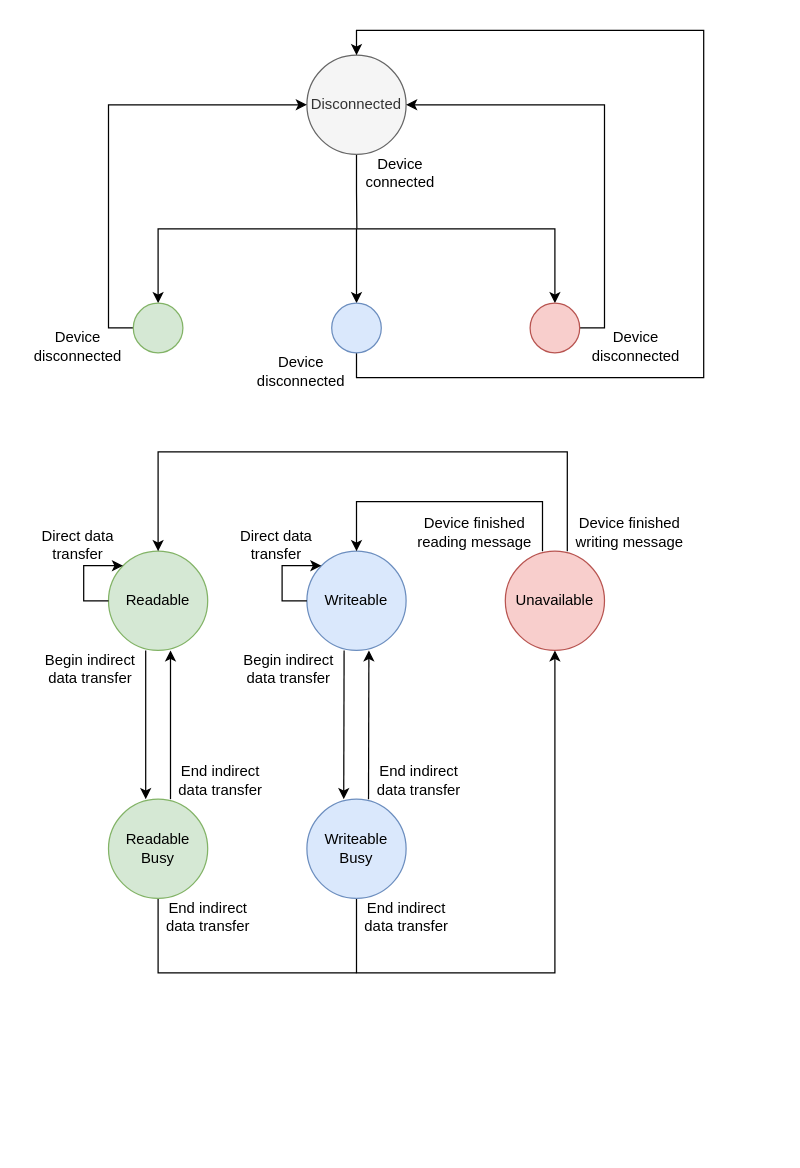
Before: Device port state diagram.drawio in noodlecollie/v2mp, a draw.io diagram. Source tidied: cells renumbered, new cells numbered last; positions are measured from the earlier drawing's top-left corner, leaving out a move shared by most shapes. Both pictures are drawn from the tidied source at 124%, with x=0, y=0 at pixel (21, 30).
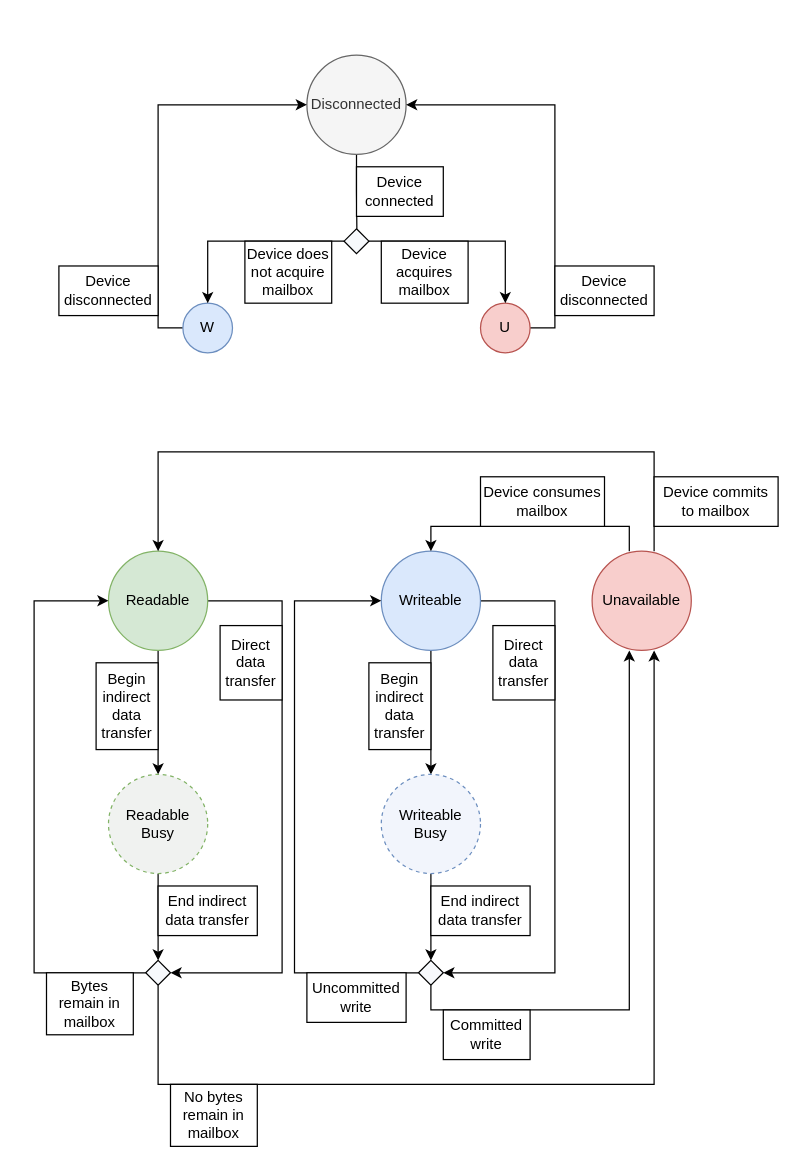
The same diagram, later.

Commit message:
Updated device port state diagram

The change refers to these unchanged cells:
```xml
<mxCell id="2" value="Readable" style="ellipse;whiteSpace=wrap;html=1;fillColor=#d5e8d4;strokeColor=#82b366;" parent="1" vertex="1">
  <mxGeometry x="70" y="420" width="80" height="80" as="geometry" />
</mxCell>
<mxCell id="28" value="Disconnected" style="ellipse;whiteSpace=wrap;html=1;fillColor=#f5f5f5;fontColor=#333333;strokeColor=#666666;" parent="1" vertex="1">
  <mxGeometry x="230" y="20" width="80" height="80" as="geometry" />
</mxCell>
```

Change to the diagram source:
```diff
@@
+    <mxCell id="42" style="edgeStyle=orthogonalEdgeStyle;rounded=0;jettySize=auto;html=1;exitX=0.5;exitY=1;exitDx=0;exitDy=0;entryX=0.5;entryY=0;entryDx=0;entryDy=0;endArrow=classic;endFill=1;" parent="1" edge="1" source="2" target="7">
+      <mxGeometry relative="1" as="geometry" />
+    </mxCell>
+    <mxCell id="43" style="edgeStyle=orthogonalEdgeStyle;rounded=0;jettySize=auto;html=1;exitX=1;exitY=0.5;exitDx=0;exitDy=0;entryX=1;entryY=0.5;entryDx=0;entryDy=0;endArrow=classic;endFill=1;" parent="1" edge="1" source="2" target="63">
+      <mxGeometry relative="1" as="geometry">
+        <Array as="points">
+          <mxPoint x="210" y="460" />
+          <mxPoint x="210" y="760" />
+        </Array>
+      </mxGeometry>
+    </mxCell>
@@
+    <mxCell id="44" style="edgeStyle=orthogonalEdgeStyle;rounded=0;jettySize=auto;html=1;exitX=0.5;exitY=1;exitDx=0;exitDy=0;entryX=0.5;entryY=0;entryDx=0;entryDy=0;endArrow=classic;endFill=1;" parent="1" edge="1" source="3" target="9">
+      <mxGeometry relative="1" as="geometry" />
+    </mxCell>
+    <mxCell id="45" style="edgeStyle=orthogonalEdgeStyle;rounded=0;jettySize=auto;html=1;exitX=1;exitY=0.5;exitDx=0;exitDy=0;endArrow=classic;endFill=1;entryX=1;entryY=0.5;entryDx=0;entryDy=0;" parent="1" edge="1" source="3" target="60">
+      <mxGeometry relative="1" as="geometry">
+        <Array as="points">
+          <mxPoint x="430" y="460" />
+          <mxPoint x="430" y="760" />
+        </Array>
+      </mxGeometry>
+    </mxCell>
     <mxCell id="3" value="Writeable" style="ellipse;whiteSpace=wrap;html=1;fillColor=#dae8fc;strokeColor=#6c8ebf;" parent="1" vertex="1">
-      <mxGeometry x="230" y="420" width="80" height="80" as="geometry" />
+      <mxGeometry x="290" y="420" width="80" height="80" as="geometry" />
     </mxCell>
     <mxCell id="4" style="edgeStyle=orthogonalEdgeStyle;rounded=0;jettySize=auto;html=1;endArrow=classic;endFill=1;entryX=0.5;entryY=0;entryDx=0;entryDy=0;" parent="1" edge="1" target="2">
       <mxGeometry relative="1" as="geometry">
-        <mxPoint x="440" y="420" as="sourcePoint" />
+        <mxPoint x="510" y="420" as="sourcePoint" />
         <Array as="points">
-          <mxPoint x="440" y="340" />
+          <mxPoint x="510" y="340" />
           <mxPoint x="110" y="340" />
         </Array>
       </mxGeometry>
     </mxCell>
     <mxCell id="5" value="Unavailable" style="ellipse;whiteSpace=wrap;html=1;fillColor=#f8cecc;strokeColor=#b85450;" parent="1" vertex="1">
-      <mxGeometry x="390" y="420" width="80" height="80" as="geometry" />
+      <mxGeometry x="460" y="420" width="80" height="80" as="geometry" />
     </mxCell>
-    <mxCell id="6" style="edgeStyle=orthogonalEdgeStyle;rounded=0;jettySize=auto;html=1;exitX=0.5;exitY=1;exitDx=0;exitDy=0;endArrow=none;endFill=0;" parent="1" edge="1" source="7">
-      <mxGeometry relative="1" as="geometry">
-        <mxPoint x="270" y="760" as="targetPoint" />
-        <Array as="points">
-          <mxPoint x="110" y="760" />
-        </Array>
-      </mxGeometry>
-    </mxCell>
+    <mxCell id="46" style="edgeStyle=orthogonalEdgeStyle;rounded=0;jettySize=auto;html=1;exitX=0.5;exitY=1;exitDx=0;exitDy=0;entryX=0.5;entryY=0;entryDx=0;entryDy=0;endArrow=classic;endFill=1;" parent="1" edge="1" source="7" target="63">
+      <mxGeometry relative="1" as="geometry" />
+    </mxCell>
-    <mxCell id="7" value="Readable Busy" style="ellipse;whiteSpace=wrap;html=1;fillColor=#d5e8d4;strokeColor=#82b366;" parent="1" vertex="1">
-      <mxGeometry x="70" y="620" width="80" height="80" as="geometry" />
+    <mxCell id="7" value="Readable Busy" style="ellipse;whiteSpace=wrap;html=1;dashed=1;fillColor=#F0F2F0;strokeColor=#82b366;" parent="1" vertex="1">
+      <mxGeometry x="70" y="600" width="80" height="80" as="geometry" />
     </mxCell>
-    <mxCell id="8" style="edgeStyle=orthogonalEdgeStyle;rounded=0;jettySize=auto;html=1;exitX=0.5;exitY=1;exitDx=0;exitDy=0;entryX=0.5;entryY=1;entryDx=0;entryDy=0;" parent="1" edge="1" source="9" target="5">
-      <mxGeometry relative="1" as="geometry">
-        <Array as="points">
-          <mxPoint x="270" y="760" />
-          <mxPoint x="430" y="760" />
-        </Array>
-      </mxGeometry>
-    </mxCell>
+    <mxCell id="47" style="edgeStyle=orthogonalEdgeStyle;rounded=0;jettySize=auto;html=1;exitX=0.5;exitY=1;exitDx=0;exitDy=0;entryX=0.5;entryY=0;entryDx=0;entryDy=0;endArrow=classic;endFill=1;" parent="1" edge="1" source="9" target="60">
+      <mxGeometry relative="1" as="geometry" />
+    </mxCell>
-    <mxCell id="9" value="Writeable Busy" style="ellipse;whiteSpace=wrap;html=1;fillColor=#dae8fc;strokeColor=#6c8ebf;" parent="1" vertex="1">
-      <mxGeometry x="230" y="620" width="80" height="80" as="geometry" />
+    <mxCell id="9" value="Writeable Busy" style="ellipse;whiteSpace=wrap;html=1;dashed=1;fillColor=#F2F5FC;strokeColor=#6c8ebf;" parent="1" vertex="1">
+      <mxGeometry x="290" y="600" width="80" height="80" as="geometry" />
     </mxCell>
-    <mxCell id="10" style="edgeStyle=orthogonalEdgeStyle;rounded=0;orthogonalLoop=1;jettySize=auto;html=1;exitX=0;exitY=0.5;exitDx=0;exitDy=0;entryX=0;entryY=0;entryDx=0;entryDy=0;endArrow=classic;endFill=1;" parent="1" edge="1" source="2" target="2">
-      <mxGeometry relative="1" as="geometry">
-        <Array as="points">
-          <mxPoint x="50" y="460" />
-          <mxPoint x="50" y="432" />
-        </Array>
-      </mxGeometry>
-    </mxCell>
-    <mxCell id="11" style="edgeStyle=orthogonalEdgeStyle;rounded=0;orthogonalLoop=1;jettySize=auto;html=1;exitX=0;exitY=0.5;exitDx=0;exitDy=0;entryX=0;entryY=0;entryDx=0;entryDy=0;endArrow=classic;endFill=1;" parent="1" edge="1" source="3" target="3">
-      <mxGeometry relative="1" as="geometry">
-        <Array as="points">
-          <mxPoint x="210" y="460" />
-          <mxPoint x="210" y="432" />
-        </Array>
-      </mxGeometry>
-    </mxCell>
-    <mxCell id="12" style="endArrow=classic;html=1;rounded=0;" parent="1" edge="1">
-      <mxGeometry relative="1" as="geometry">
-        <mxPoint x="100" y="500" as="sourcePoint" />
-        <mxPoint x="100" y="620" as="targetPoint" />
-      </mxGeometry>
-    </mxCell>
-    <mxCell id="13" style="endArrow=classic;html=1;rounded=0;" parent="1" edge="1">
-      <mxGeometry relative="1" as="geometry">
-        <mxPoint x="120" y="620" as="sourcePoint" />
-        <mxPoint x="120" y="500" as="targetPoint" />
-      </mxGeometry>
-    </mxCell>
-    <mxCell id="14" style="endArrow=classic;html=1;rounded=0;" parent="1" edge="1">
-      <mxGeometry relative="1" as="geometry">
-        <mxPoint x="260" y="500" as="sourcePoint" />
-        <mxPoint x="259.7" y="620" as="targetPoint" />
-      </mxGeometry>
-    </mxCell>
-    <mxCell id="15" style="endArrow=classic;html=1;rounded=0;" parent="1" edge="1">
-      <mxGeometry relative="1" as="geometry">
-        <mxPoint x="279.7" y="620" as="sourcePoint" />
-        <mxPoint x="280" y="500" as="targetPoint" />
-      </mxGeometry>
-    </mxCell>
-    <mxCell id="16" value="&lt;div&gt;Begin indirect&lt;/div&gt;&lt;div&gt;data transfer&lt;br&gt;&lt;/div&gt;" style="text;html=1;align=center;verticalAlign=middle;strokeColor=none;fillColor=none;" parent="1" vertex="1">
-      <mxGeometry x="10" y="500" width="90" height="30" as="geometry" />
-    </mxCell>
-    <mxCell id="17" value="&lt;div&gt;Begin indirect&lt;/div&gt;&lt;div&gt;data transfer&lt;br&gt;&lt;/div&gt;" style="text;html=1;align=center;verticalAlign=middle;strokeColor=none;fillColor=none;" parent="1" vertex="1">
-      <mxGeometry x="170" y="500" width="90" height="30" as="geometry" />
-    </mxCell>
-    <mxCell id="18" value="&lt;div&gt;End indirect&lt;/div&gt;&lt;div&gt;data transfer&lt;br&gt;&lt;/div&gt;" style="text;html=1;align=center;verticalAlign=middle;strokeColor=none;fillColor=none;" parent="1" vertex="1">
-      <mxGeometry x="120" y="590" width="80" height="30" as="geometry" />
-    </mxCell>
-    <mxCell id="19" value="&lt;div&gt;End indirect&lt;/div&gt;&lt;div&gt;data transfer&lt;br&gt;&lt;/div&gt;" style="text;html=1;align=center;verticalAlign=middle;strokeColor=none;fillColor=none;" parent="1" vertex="1">
-      <mxGeometry x="280" y="590" width="80" height="30" as="geometry" />
-    </mxCell>
-    <mxCell id="20" value="&lt;div&gt;End indirect&lt;/div&gt;&lt;div&gt;data transfer&lt;br&gt;&lt;/div&gt;" style="text;html=1;align=center;verticalAlign=middle;strokeColor=none;fillColor=none;" parent="1" vertex="1">
-      <mxGeometry x="110" y="700" width="80" height="30" as="geometry" />
-    </mxCell>
-    <mxCell id="21" value="&lt;div&gt;End indirect&lt;/div&gt;&lt;div&gt;data transfer&lt;br&gt;&lt;/div&gt;" style="text;html=1;align=center;verticalAlign=middle;strokeColor=none;fillColor=none;" parent="1" vertex="1">
-      <mxGeometry x="270" y="700" width="80" height="30" as="geometry" />
-    </mxCell>
-    <mxCell id="22" value="&lt;div&gt;Direct data&lt;/div&gt;&lt;div&gt;transfer&lt;br&gt;&lt;/div&gt;" style="text;html=1;align=center;verticalAlign=middle;strokeColor=none;fillColor=none;" parent="1" vertex="1">
-      <mxGeometry x="10" y="400" width="70" height="30" as="geometry" />
-    </mxCell>
-    <mxCell id="23" value="&lt;div&gt;Direct data&lt;/div&gt;&lt;div&gt;transfer&lt;br&gt;&lt;/div&gt;" style="text;html=1;align=center;verticalAlign=middle;strokeColor=none;fillColor=none;" parent="1" vertex="1">
-      <mxGeometry x="170" y="400" width="70" height="30" as="geometry" />
-    </mxCell>
-    <mxCell id="24" style="endArrow=classic;html=1;rounded=0;entryX=0.5;entryY=0;entryDx=0;entryDy=0;" parent="1" edge="1" target="3">
-      <mxGeometry relative="1" as="geometry">
-        <mxPoint x="420" y="420" as="sourcePoint" />
-        <Array as="points">
-          <mxPoint x="420" y="380" />
-          <mxPoint x="270" y="380" />
-        </Array>
-      </mxGeometry>
-    </mxCell>
-    <mxCell id="25" value="&lt;div&gt;Device finished&lt;/div&gt;&lt;div&gt;reading message&lt;br&gt;&lt;/div&gt;" style="text;html=1;align=center;verticalAlign=middle;strokeColor=none;fillColor=none;" parent="1" vertex="1">
-      <mxGeometry x="310" y="390" width="110" height="30" as="geometry" />
-    </mxCell>
-    <mxCell id="26" value="&lt;div&gt;Device finished&lt;/div&gt;&lt;div&gt;writing message&lt;br&gt;&lt;/div&gt;" style="text;html=1;align=center;verticalAlign=middle;strokeColor=none;fillColor=none;" parent="1" vertex="1">
-      <mxGeometry x="440" y="390" width="100" height="30" as="geometry" />
-    </mxCell>
@@
-    <mxCell id="29" value="&lt;div&gt;Device&lt;/div&gt;&lt;div&gt;connected&lt;br&gt;&lt;/div&gt;" style="text;html=1;align=center;verticalAlign=middle;strokeColor=none;fillColor=none;" parent="1" vertex="1">
-      <mxGeometry x="270" y="100" width="70" height="30" as="geometry" />
-    </mxCell>
-    <mxCell id="30" style="endArrow=classic;html=1;rounded=0;" parent="1" edge="1">
-      <mxGeometry relative="1" as="geometry">
-        <mxPoint x="270" y="160" as="sourcePoint" />
-        <mxPoint x="110" y="220" as="targetPoint" />
-        <Array as="points">
-          <mxPoint x="110" y="160" />
-        </Array>
-      </mxGeometry>
-    </mxCell>
-    <mxCell id="31" style="endArrow=classic;html=1;rounded=0;" parent="1" edge="1">
-      <mxGeometry relative="1" as="geometry">
-        <mxPoint x="270" y="160" as="sourcePoint" />
-        <mxPoint x="430" y="220" as="targetPoint" />
-        <Array as="points">
-          <mxPoint x="430" y="160" />
-        </Array>
-      </mxGeometry>
-    </mxCell>
-    <mxCell id="32" style="endArrow=classic;html=1;rounded=0;" parent="1" edge="1">
-      <mxGeometry relative="1" as="geometry">
-        <mxPoint x="270" y="160" as="sourcePoint" />
-        <mxPoint x="270" y="220" as="targetPoint" />
-      </mxGeometry>
-    </mxCell>
-    <mxCell id="33" style="edgeStyle=orthogonalEdgeStyle;rounded=0;jettySize=auto;html=1;exitX=0;exitY=0.5;exitDx=0;exitDy=0;entryX=0;entryY=0.5;entryDx=0;entryDy=0;endArrow=classic;endFill=1;" parent="1" edge="1" source="34" target="28">
-      <mxGeometry relative="1" as="geometry" />
-    </mxCell>
-    <mxCell id="34" style="ellipse;whiteSpace=wrap;html=1;fillColor=#d5e8d4;strokeColor=#82b366;" parent="1" vertex="1">
-      <mxGeometry x="90" y="220" width="40" height="40" as="geometry" />
-    </mxCell>
-    <mxCell id="35" style="edgeStyle=orthogonalEdgeStyle;rounded=0;jettySize=auto;html=1;exitX=0.5;exitY=1;exitDx=0;exitDy=0;entryX=0.5;entryY=0;entryDx=0;entryDy=0;endArrow=classic;endFill=1;" parent="1" edge="1" source="36" target="28">
-      <mxGeometry relative="1" as="geometry">
-        <Array as="points">
-          <mxPoint x="270" y="280" />
-          <mxPoint x="550" y="280" />
-          <mxPoint x="550" />
-          <mxPoint x="270" />
-        </Array>
-      </mxGeometry>
+    <mxCell id="35" style="edgeStyle=orthogonalEdgeStyle;rounded=0;jettySize=auto;html=1;exitX=0;exitY=0.5;exitDx=0;exitDy=0;entryX=0;entryY=0.5;entryDx=0;entryDy=0;endArrow=classic;endFill=1;" parent="1" edge="1" source="36" target="28">
+      <mxGeometry relative="1" as="geometry" />
     </mxCell>
-    <mxCell id="36" style="ellipse;whiteSpace=wrap;html=1;fillColor=#dae8fc;strokeColor=#6c8ebf;" parent="1" vertex="1">
-      <mxGeometry x="250" y="220" width="40" height="40" as="geometry" />
+    <mxCell id="36" value="W" style="ellipse;whiteSpace=wrap;html=1;fillColor=#dae8fc;strokeColor=#6c8ebf;" parent="1" vertex="1">
+      <mxGeometry x="130" y="220" width="40" height="40" as="geometry" />
     </mxCell>
@@
-    <mxCell id="38" style="ellipse;whiteSpace=wrap;html=1;fillColor=#f8cecc;strokeColor=#b85450;" parent="1" vertex="1">
-      <mxGeometry x="410" y="220" width="40" height="40" as="geometry" />
+    <mxCell id="38" value="U" style="ellipse;whiteSpace=wrap;html=1;fillColor=#f8cecc;strokeColor=#b85450;" parent="1" vertex="1">
+      <mxGeometry x="370" y="220" width="40" height="40" as="geometry" />
     </mxCell>
-    <mxCell id="39" value="&lt;div&gt;Device&lt;/div&gt;&lt;div&gt;disconnected&lt;br&gt;&lt;/div&gt;" style="text;html=1;align=center;verticalAlign=middle;strokeColor=none;fillColor=none;" parent="1" vertex="1">
-      <mxGeometry y="240" width="90" height="30" as="geometry" />
-    </mxCell>
-    <mxCell id="40" value="&lt;div&gt;Device&lt;/div&gt;&lt;div&gt;disconnected&lt;br&gt;&lt;/div&gt;" style="text;html=1;align=center;verticalAlign=middle;strokeColor=none;fillColor=none;" parent="1" vertex="1">
-      <mxGeometry x="450" y="240" width="90" height="30" as="geometry" />
-    </mxCell>
-    <mxCell id="41" value="&lt;div&gt;Device&lt;/div&gt;&lt;div&gt;disconnected&lt;br&gt;&lt;/div&gt;" style="text;html=1;align=center;verticalAlign=middle;strokeColor=none;fillColor=none;" parent="1" vertex="1">
-      <mxGeometry x="180" y="260" width="90" height="30" as="geometry" />
-    </mxCell>
+    <mxCell id="48" value="&lt;div&gt;Begin&lt;/div&gt;&lt;div&gt;indirect&lt;/div&gt;&lt;div&gt;data&lt;/div&gt;&lt;div&gt;transfer&lt;br&gt;&lt;/div&gt;" style="rounded=0;whiteSpace=wrap;html=1;" parent="1" vertex="1">
+      <mxGeometry x="280" y="510" width="50" height="70" as="geometry" />
+    </mxCell>
+    <mxCell id="49" style="edgeStyle=orthogonalEdgeStyle;rounded=0;jettySize=auto;html=1;exitX=0;exitY=0.5;exitDx=0;exitDy=0;entryX=0.5;entryY=0;entryDx=0;entryDy=0;endArrow=classic;endFill=1;" parent="1" edge="1" source="51" target="36">
+      <mxGeometry relative="1" as="geometry" />
+    </mxCell>
+    <mxCell id="50" style="edgeStyle=orthogonalEdgeStyle;rounded=0;jettySize=auto;html=1;exitX=1;exitY=0.5;exitDx=0;exitDy=0;entryX=0.5;entryY=0;entryDx=0;entryDy=0;endArrow=classic;endFill=1;" parent="1" edge="1" source="51" target="38">
+      <mxGeometry relative="1" as="geometry" />
+    </mxCell>
+    <mxCell id="51" style="rhombus;whiteSpace=wrap;html=1;fillColor=#F7F9FC;" parent="1" vertex="1">
+      <mxGeometry x="260" y="160" width="20" height="20" as="geometry" />
+    </mxCell>
+    <mxCell id="52" style="endArrow=classic;html=1;rounded=0;entryX=0.5;entryY=0;entryDx=0;entryDy=0;" parent="1" edge="1" target="3">
+      <mxGeometry relative="1" as="geometry">
+        <mxPoint x="490" y="420" as="sourcePoint" />
+        <Array as="points">
+          <mxPoint x="490" y="400" />
+          <mxPoint x="330" y="400" />
+        </Array>
+      </mxGeometry>
+    </mxCell>
+    <mxCell id="53" value="&lt;div&gt;Device commits&lt;/div&gt;&lt;div&gt;to mailbox&lt;br&gt;&lt;/div&gt;" style="rounded=0;whiteSpace=wrap;html=1;" parent="1" vertex="1">
+      <mxGeometry x="510" y="360" width="100" height="40" as="geometry" />
+    </mxCell>
+    <mxCell id="54" value="&lt;div&gt;Device consumes&lt;/div&gt;&lt;div&gt;mailbox&lt;br&gt;&lt;/div&gt;" style="rounded=0;whiteSpace=wrap;html=1;" parent="1" vertex="1">
+      <mxGeometry x="370" y="360" width="100" height="40" as="geometry" />
+    </mxCell>
+    <mxCell id="55" value="&lt;div&gt;Begin&lt;/div&gt;&lt;div&gt;indirect&lt;/div&gt;&lt;div&gt;data&lt;/div&gt;&lt;div&gt;transfer&lt;br&gt;&lt;/div&gt;" style="rounded=0;whiteSpace=wrap;html=1;" parent="1" vertex="1">
+      <mxGeometry x="60" y="510" width="50" height="70" as="geometry" />
+    </mxCell>
+    <mxCell id="56" value="&lt;div&gt;End indirect&lt;/div&gt;&lt;div&gt;data transfer&lt;br&gt;&lt;/div&gt;" style="rounded=0;whiteSpace=wrap;html=1;" parent="1" vertex="1">
+      <mxGeometry x="110" y="690" width="80" height="40" as="geometry" />
+    </mxCell>
+    <mxCell id="57" value="&lt;div&gt;End indirect&lt;/div&gt;&lt;div&gt;data transfer&lt;br&gt;&lt;/div&gt;" style="rounded=0;whiteSpace=wrap;html=1;" parent="1" vertex="1">
+      <mxGeometry x="330" y="690" width="80" height="40" as="geometry" />
+    </mxCell>
+    <mxCell id="58" style="edgeStyle=orthogonalEdgeStyle;rounded=0;jettySize=auto;html=1;exitX=0;exitY=0.5;exitDx=0;exitDy=0;entryX=0;entryY=0.5;entryDx=0;entryDy=0;endArrow=classic;endFill=1;" parent="1" edge="1" source="60" target="3">
+      <mxGeometry relative="1" as="geometry">
+        <Array as="points">
+          <mxPoint x="220" y="760" />
+          <mxPoint x="220" y="460" />
+        </Array>
+      </mxGeometry>
+    </mxCell>
+    <mxCell id="59" style="edgeStyle=orthogonalEdgeStyle;rounded=0;jettySize=auto;html=1;exitX=0.5;exitY=1;exitDx=0;exitDy=0;endArrow=classic;endFill=1;" parent="1" edge="1" source="60">
+      <mxGeometry relative="1" as="geometry">
+        <mxPoint x="490" y="500" as="targetPoint" />
+        <Array as="points">
+          <mxPoint x="330" y="790" />
+          <mxPoint x="490" y="790" />
+        </Array>
+      </mxGeometry>
+    </mxCell>
+    <mxCell id="60" style="rhombus;whiteSpace=wrap;html=1;fillColor=#F7F9FC;" parent="1" vertex="1">
+      <mxGeometry x="320" y="750" width="20" height="20" as="geometry" />
+    </mxCell>
+    <mxCell id="61" style="edgeStyle=orthogonalEdgeStyle;rounded=0;jettySize=auto;html=1;exitX=0;exitY=0.5;exitDx=0;exitDy=0;entryX=0;entryY=0.5;entryDx=0;entryDy=0;endArrow=classic;endFill=1;" parent="1" edge="1" source="63" target="2">
+      <mxGeometry relative="1" as="geometry">
+        <Array as="points">
+          <mxPoint x="10" y="760" />
+          <mxPoint x="10" y="460" />
+        </Array>
+      </mxGeometry>
+    </mxCell>
+    <mxCell id="62" style="edgeStyle=orthogonalEdgeStyle;rounded=0;jettySize=auto;html=1;exitX=0.5;exitY=1;exitDx=0;exitDy=0;endArrow=classic;endFill=1;" parent="1" edge="1" source="63">
+      <mxGeometry relative="1" as="geometry">
+        <mxPoint x="510" y="500" as="targetPoint" />
+        <Array as="points">
+          <mxPoint x="110" y="850" />
+          <mxPoint x="510" y="850" />
+        </Array>
+      </mxGeometry>
+    </mxCell>
+    <mxCell id="63" style="rhombus;whiteSpace=wrap;html=1;fillColor=#F7F9FC;" parent="1" vertex="1">
+      <mxGeometry x="100" y="750" width="20" height="20" as="geometry" />
+    </mxCell>
+    <mxCell id="64" style="endArrow=none;html=1;rounded=0;" parent="1" edge="1" target="63">
+      <mxGeometry relative="1" as="geometry">
+        <mxPoint x="110" y="750" as="sourcePoint" />
+      </mxGeometry>
+    </mxCell>
+    <mxCell id="65" value="&lt;div&gt;Direct&lt;/div&gt;&lt;div&gt;data&lt;/div&gt;&lt;div&gt;transfer&lt;br&gt;&lt;/div&gt;" style="rounded=0;whiteSpace=wrap;html=1;" parent="1" vertex="1">
+      <mxGeometry x="160" y="480" width="50" height="60" as="geometry" />
+    </mxCell>
+    <mxCell id="66" value="&lt;div&gt;Direct&lt;/div&gt;&lt;div&gt;data&lt;/div&gt;&lt;div&gt;transfer&lt;br&gt;&lt;/div&gt;" style="rounded=0;whiteSpace=wrap;html=1;" parent="1" vertex="1">
+      <mxGeometry x="380" y="480" width="50" height="60" as="geometry" />
+    </mxCell>
+    <mxCell id="67" value="&lt;div&gt;Committed&lt;/div&gt;&lt;div&gt;write&lt;br&gt;&lt;/div&gt;" style="rounded=0;whiteSpace=wrap;html=1;" parent="1" vertex="1">
+      <mxGeometry x="340" y="790" width="70" height="40" as="geometry" />
+    </mxCell>
+    <mxCell id="68" value="&lt;div&gt;Uncommitted&lt;/div&gt;&lt;div&gt;write&lt;br&gt;&lt;/div&gt;" style="rounded=0;whiteSpace=wrap;html=1;" parent="1" vertex="1">
+      <mxGeometry x="230" y="760" width="80" height="40" as="geometry" />
+    </mxCell>
+    <mxCell id="69" value="Bytes remain in mailbox" style="rounded=0;whiteSpace=wrap;html=1;" parent="1" vertex="1">
+      <mxGeometry x="20" y="760" width="70" height="50" as="geometry" />
+    </mxCell>
+    <mxCell id="70" value="No bytes remain in mailbox" style="rounded=0;whiteSpace=wrap;html=1;" parent="1" vertex="1">
+      <mxGeometry x="120" y="850" width="70" height="50" as="geometry" />
+    </mxCell>
+    <mxCell id="29" value="Device connected" style="rounded=0;whiteSpace=wrap;html=1;" parent="1" vertex="1">
+      <mxGeometry x="270" y="110" width="70" height="40" as="geometry" />
+    </mxCell>
+    <mxCell id="71" value="Device does not acquire mailbox" style="rounded=0;whiteSpace=wrap;html=1;" parent="1" vertex="1">
+      <mxGeometry x="180" y="170" width="70" height="50" as="geometry" />
+    </mxCell>
+    <mxCell id="72" value="Device acquires mailbox" style="rounded=0;whiteSpace=wrap;html=1;" parent="1" vertex="1">
+      <mxGeometry x="290" y="170" width="70" height="50" as="geometry" />
+    </mxCell>
+    <mxCell id="73" value="Device disconnected" style="rounded=0;whiteSpace=wrap;html=1;" parent="1" vertex="1">
+      <mxGeometry x="30" y="190" width="80" height="40" as="geometry" />
+    </mxCell>
+    <mxCell id="74" value="Device disconnected" style="rounded=0;whiteSpace=wrap;html=1;" parent="1" vertex="1">
+      <mxGeometry x="430" y="190" width="80" height="40" as="geometry" />
+    </mxCell>
```
